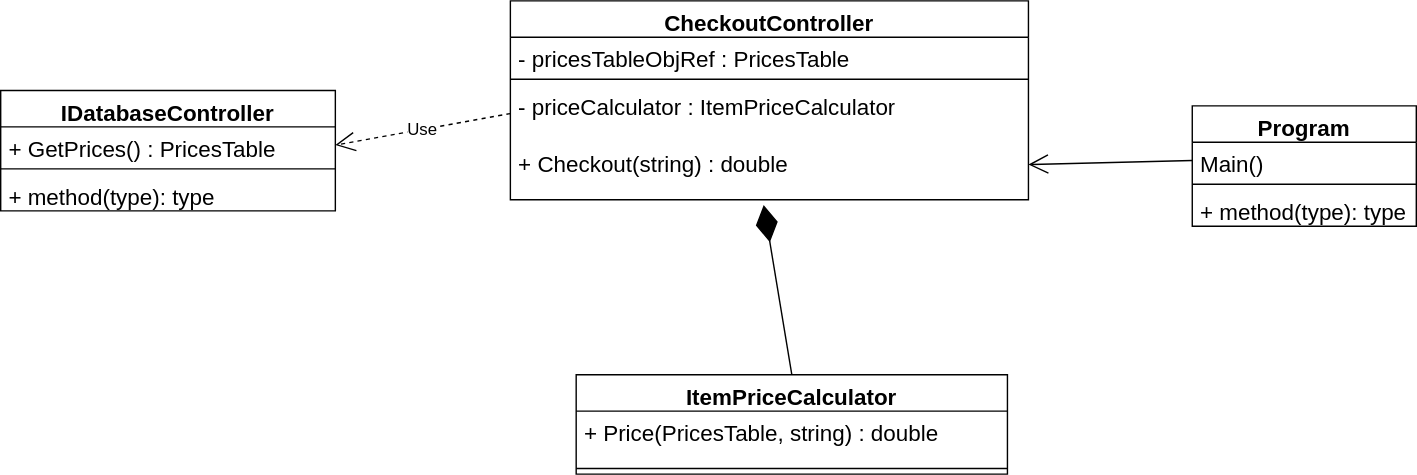
This is SupermarketCheckout.svg from sameert89/SupermarketCheckoutLib, a draw.io export, as it was before one commit. Source tidied: cells renumbered, new cells last; positions are measured from the earlier drawing's top-left corner, leaving out a move shared by most shapes.
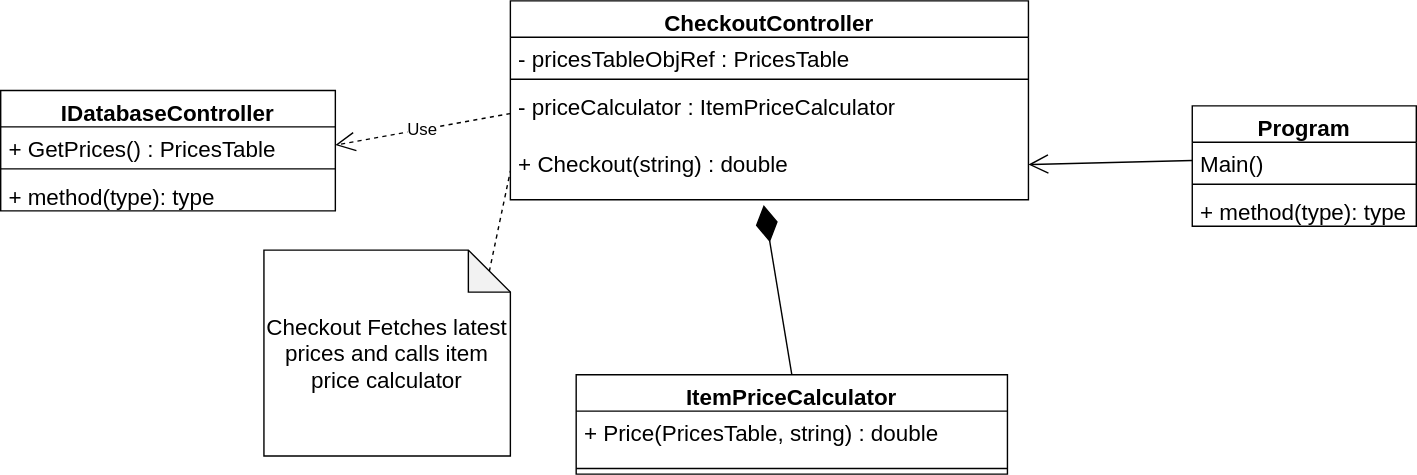
The same file after the commit.

Diff of the diagram source:
```diff
@@ -59,5 +59,11 @@
     <mxCell id="20" value="Use" style="endArrow=open;endSize=12;dashed=1;html=1;rounded=0;fontSize=12;curved=1;exitX=0;exitY=0.5;exitDx=0;exitDy=0;entryX=1;entryY=0.5;entryDx=0;entryDy=0;" parent="1" edge="1" source="5" target="12">
       <mxGeometry relative="1" as="geometry" />
     </mxCell>
+    <mxCell id="21" value="Checkout Fetches latest prices and calls item price calculator" style="shape=note;whiteSpace=wrap;html=1;backgroundOutline=1;darkOpacity=0.05;fontSize=16;" parent="1" vertex="1">
+      <mxGeometry x="188" y="178" width="176" height="147" as="geometry" />
+    </mxCell>
+    <mxCell id="22" style="endArrow=none;dashed=1;html=1;rounded=0;fontSize=12;curved=1;startSize=8;endSize=8;exitX=0;exitY=0;exitDx=161;exitDy=15;exitPerimeter=0;entryX=0;entryY=0.5;entryDx=0;entryDy=0;" parent="1" edge="1" source="21" target="6">
+      <mxGeometry relative="1" as="geometry" />
+    </mxCell>
   </root>
 </mxGraphModel>
```
